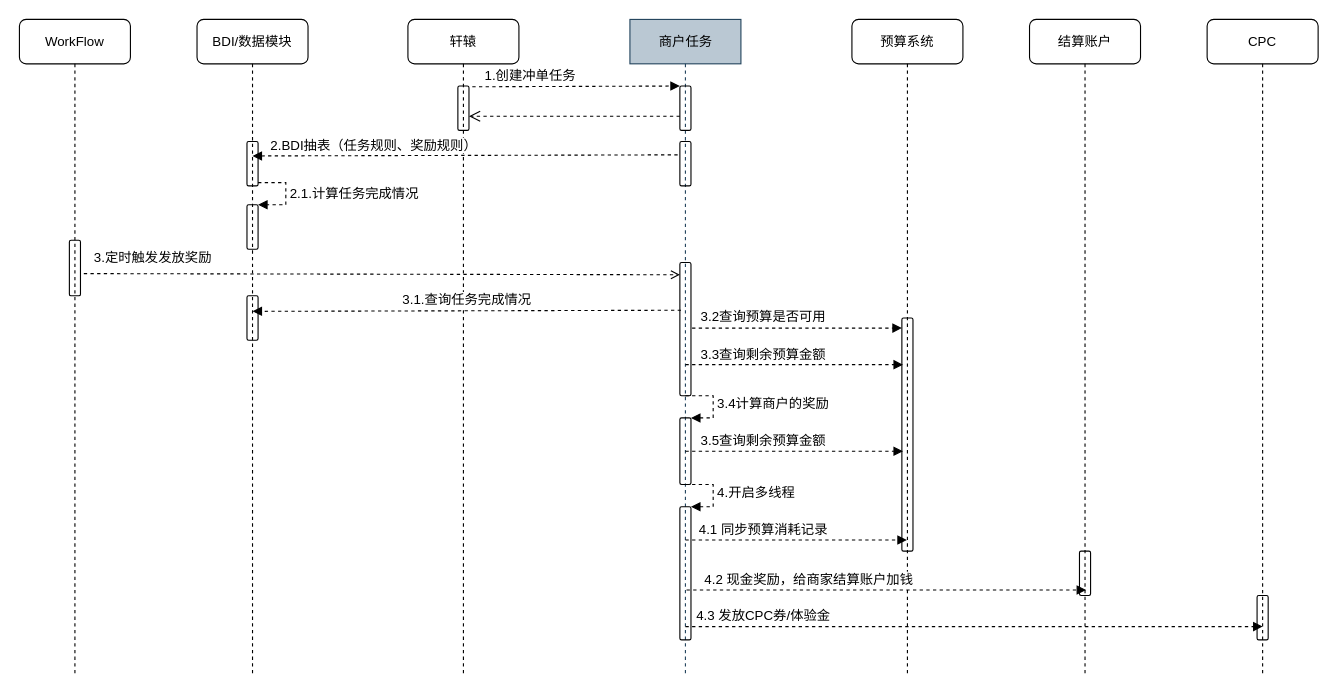
jon-kong/draw.io keeps this draw.io diagram as page "交互图" (3 of 5) of 疫情春保.drawio. Above is the earlier version. Source tidied: cells renumbered, new cells numbered last; positions are measured from the earlier drawing's top-left corner, leaving out a move shared by most shapes. Both pictures are drawn from the tidied source at 111%, with x=0, y=0 at pixel (19, 19).
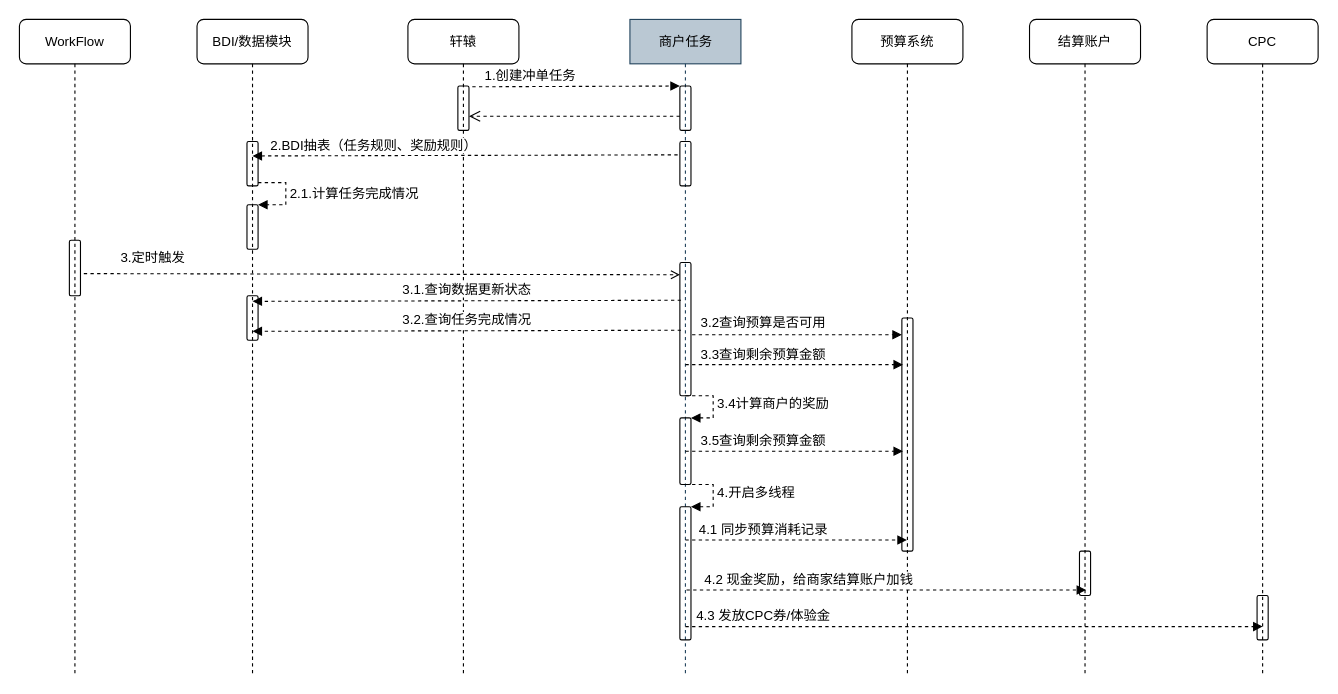
After the change.

Unchanged cells that the change refers to:
```xml
<mxCell id="6" style="html=1;points=[];perimeter=orthogonalPerimeter;rounded=1;fillColor=none;fontSize=12;fontColor=#000000;" parent="4" vertex="1">
  <mxGeometry x="45" y="219" width="10" height="120" as="geometry" />
</mxCell>
<mxCell id="18" style="html=1;points=[];perimeter=orthogonalPerimeter;rounded=1;fillColor=none;fontSize=12;fontColor=#000000;" parent="15" vertex="1">
  <mxGeometry x="45" y="249" width="10" height="40" as="geometry" />
</mxCell>
<mxCell id="28" style="html=1;points=[];perimeter=orthogonalPerimeter;rounded=1;fillColor=none;fontSize=12;fontColor=#000000;" parent="27" vertex="1">
  <mxGeometry x="45" y="199" width="10" height="50" as="geometry" />
</mxCell>
```

The edit, as a diff of the source:
```diff
@@
-    <mxCell id="26" value="3.1.查询任务完成情况" style="html=1;verticalAlign=bottom;endArrow=block;dashed=1;fontSize=12;fontColor=#000000;exitX=0.1;exitY=0.513;exitDx=0;exitDy=0;exitPerimeter=0;entryX=0.5;entryY=0.35;entryDx=0;entryDy=0;entryPerimeter=0;" parent="1" edge="1" target="18">
+    <mxCell id="26" value="3.1.查询数据更新状态" style="html=1;verticalAlign=bottom;endArrow=block;dashed=1;fontSize=12;fontColor=#000000;exitX=0.1;exitY=0.513;exitDx=0;exitDy=0;exitPerimeter=0;entryX=0.5;entryY=0.35;entryDx=0;entryDy=0;entryPerimeter=0;" parent="1" edge="1">
       <mxGeometry relative="1" as="geometry">
-        <mxPoint x="596" y="262" as="sourcePoint" />
+        <mxPoint x="596" y="253" as="sourcePoint" />
+        <mxPoint x="210" y="254" as="targetPoint" />
       </mxGeometry>
     </mxCell>
@@
-    <mxCell id="29" value="3.定时触发发放奖励" style="html=1;verticalAlign=bottom;endArrow=open;dashed=1;fontSize=12;fontColor=#000000;exitX=1.3;exitY=0.6;exitDx=0;exitDy=0;exitPerimeter=0;endFill=0;entryX=0;entryY=0.092;entryDx=0;entryDy=0;entryPerimeter=0;" parent="1" edge="1" source="28" target="6">
+    <mxCell id="29" value="3.定时触发" style="html=1;verticalAlign=bottom;endArrow=open;dashed=1;fontSize=12;fontColor=#000000;exitX=1.3;exitY=0.6;exitDx=0;exitDy=0;exitPerimeter=0;endFill=0;entryX=0;entryY=0.092;entryDx=0;entryDy=0;entryPerimeter=0;" parent="1" edge="1" source="28" target="6">
       <mxGeometry x="-0.77" y="5" relative="1" as="geometry" />
     </mxCell>
     <mxCell id="30" value="3.2查询预算是否可用" style="html=1;verticalAlign=bottom;endArrow=block;dashed=1;fontSize=12;fontColor=#000000;exitX=1.1;exitY=0.436;exitDx=0;exitDy=0;exitPerimeter=0;" parent="1" edge="1">
       <mxGeometry x="-0.32" y="1" relative="1" as="geometry">
-        <mxPoint x="606" y="278.1" as="sourcePoint" />
-        <mxPoint x="795" y="278.1" as="targetPoint" />
+        <mxPoint x="606" y="284.1" as="sourcePoint" />
+        <mxPoint x="795" y="284.1" as="targetPoint" />
       </mxGeometry>
     </mxCell>
@@
+    <mxCell id="36" value="3.2.查询任务完成情况" style="html=1;verticalAlign=bottom;endArrow=block;dashed=1;fontSize=12;fontColor=#000000;exitX=0.1;exitY=0.513;exitDx=0;exitDy=0;exitPerimeter=0;entryX=0.5;entryY=0.35;entryDx=0;entryDy=0;entryPerimeter=0;" parent="1" edge="1">
+      <mxGeometry relative="1" as="geometry">
+        <mxPoint x="596" y="280" as="sourcePoint" />
+        <mxPoint x="210" y="281" as="targetPoint" />
+      </mxGeometry>
+    </mxCell>
```
